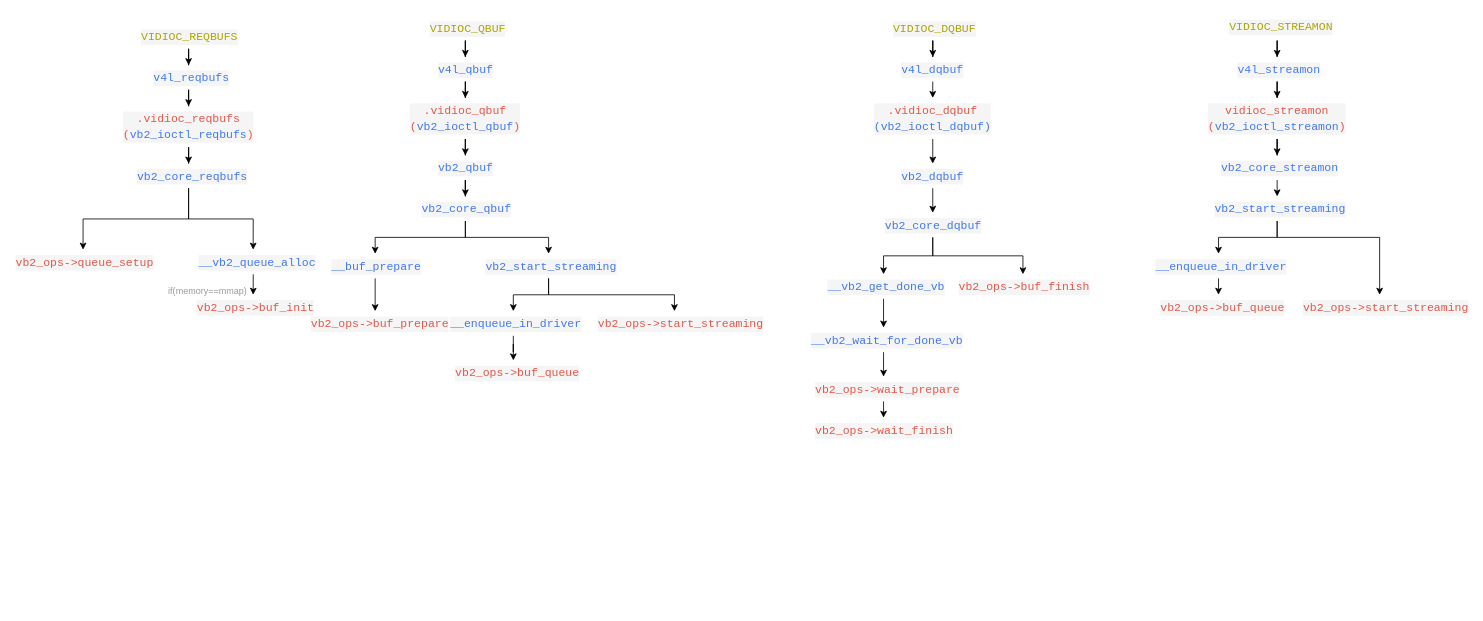
This is vb2_buffer.drawio from YC-Xiang/draw.io, a draw.io file, before an edit. Source tidied: cells renumbered, new cells numbered last; positions are measured from the earlier drawing's top-left corner, leaving out a move shared by most shapes. Both pictures are drawn from the tidied source at 82%, with x=0, y=0 at pixel (14, 14).
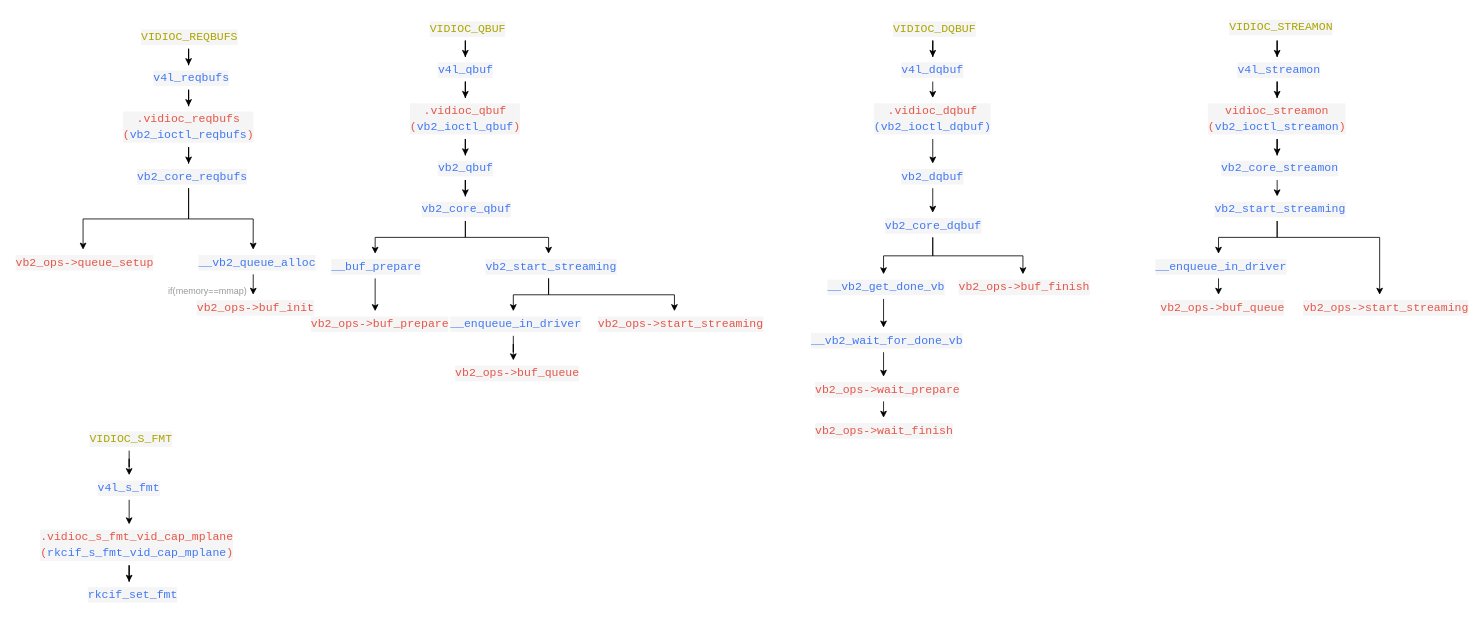
Above is the later version.

Diff of the diagram source:
```diff
@@
+    <mxCell id="71" style="edgeStyle=orthogonalEdgeStyle;rounded=0;jettySize=auto;html=1;" parent="1" edge="1" source="72" target="74">
+      <mxGeometry relative="1" as="geometry" />
+    </mxCell>
+    <mxCell id="72" value="&lt;div style=&quot;color: #383a42;background-color: #f5f5f5;font-family: Consolas, 'Courier New', monospace;font-weight: normal;font-size: 14px;line-height: 19px;white-space: pre;&quot;&gt;&lt;div&gt;&lt;span style=&quot;color: #aca600;&quot;&gt;VIDIOC_S_FMT&lt;/span&gt;&lt;/div&gt;&lt;/div&gt;" style="text;whiteSpace=wrap;html=1;" parent="1" vertex="1">
+      <mxGeometry x="90" y="502" width="100" height="30" as="geometry" />
+    </mxCell>
+    <mxCell id="73" style="edgeStyle=orthogonalEdgeStyle;rounded=0;jettySize=auto;html=1;exitX=0.5;exitY=1;exitDx=0;exitDy=0;entryX=0.5;entryY=0;entryDx=0;entryDy=0;" parent="1" edge="1" source="74" target="76">
+      <mxGeometry relative="1" as="geometry" />
+    </mxCell>
+    <mxCell id="74" value="&lt;div style=&quot;color: #383a42;background-color: #f5f5f5;font-family: Consolas, 'Courier New', monospace;font-weight: normal;font-size: 14px;line-height: 19px;white-space: pre;&quot;&gt;&lt;div&gt;&lt;span style=&quot;color: #4078f2;&quot;&gt;v4l_s_fmt&lt;/span&gt;&lt;/div&gt;&lt;/div&gt;" style="text;whiteSpace=wrap;html=1;" parent="1" vertex="1">
+      <mxGeometry x="100" y="562" width="80" height="30" as="geometry" />
+    </mxCell>
+    <mxCell id="75" style="edgeStyle=orthogonalEdgeStyle;rounded=0;jettySize=auto;html=1;" parent="1" edge="1" source="76" target="77">
+      <mxGeometry relative="1" as="geometry" />
+    </mxCell>
+    <mxCell id="76" value="&lt;div style=&quot;color: rgb(56, 58, 66); background-color: rgb(245, 245, 245); font-family: Consolas, &amp;quot;Courier New&amp;quot;, monospace; font-weight: normal; font-size: 14px; line-height: 19px; white-space: pre;&quot;&gt;&lt;div&gt;&lt;span style=&quot;color: rgb(228, 86, 73);&quot;&gt;.vidioc_s_fmt_vid_cap_mplane&lt;/span&gt;&lt;/div&gt;&lt;div&gt;&lt;span style=&quot;color: rgb(228, 86, 73);&quot;&gt;(&lt;/span&gt;&lt;span style=&quot;color: rgb(64, 120, 242); background-color: light-dark(rgb(245, 245, 245), rgb(26, 26, 26));&quot;&gt;rkcif_s_fmt_vid_cap_mplane&lt;/span&gt;&lt;span style=&quot;color: light-dark(rgb(228, 86, 73), rgb(235, 113, 102)); background-color: light-dark(rgb(245, 245, 245), rgb(26, 26, 26));&quot;&gt;)&lt;/span&gt;&lt;/div&gt;&lt;/div&gt;" style="text;whiteSpace=wrap;html=1;" parent="1" vertex="1">
+      <mxGeometry x="30" y="622" width="220" height="50" as="geometry" />
+    </mxCell>
+    <mxCell id="77" value="&lt;div style=&quot;color: #383a42;background-color: #f5f5f5;font-family: Consolas, 'Courier New', monospace;font-weight: normal;font-size: 14px;line-height: 19px;white-space: pre;&quot;&gt;&lt;div&gt;&lt;span style=&quot;color: #4078f2;&quot;&gt;rkcif_set_fmt&lt;/span&gt;&lt;/div&gt;&lt;/div&gt;" style="text;whiteSpace=wrap;html=1;" parent="1" vertex="1">
+      <mxGeometry x="87.5" y="692" width="105" height="30" as="geometry" />
+    </mxCell>
```
